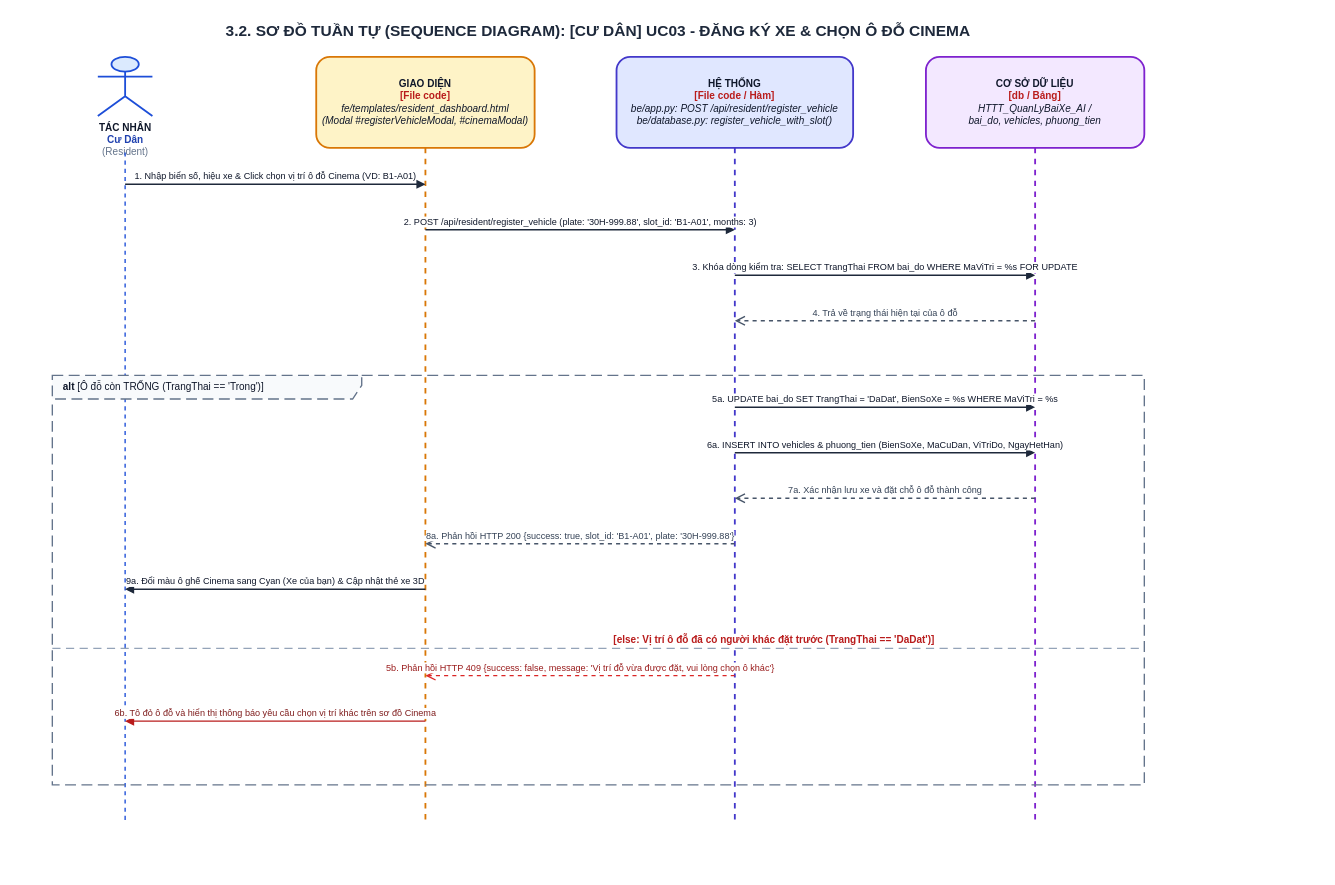
This is ongthanquoctruong_24CT2_cnpm/docs/drawio/uc03_resident_register_vehicle.drawio from Truong027/CNPM24, a draw.io file, before an edit. Source tidied: cells renumbered, new cells numbered last; positions are measured from the earlier drawing's top-left corner, leaving out a move shared by most shapes. Both pictures are drawn from the tidied source at 91%, with x=0, y=0 at pixel (15, 15).
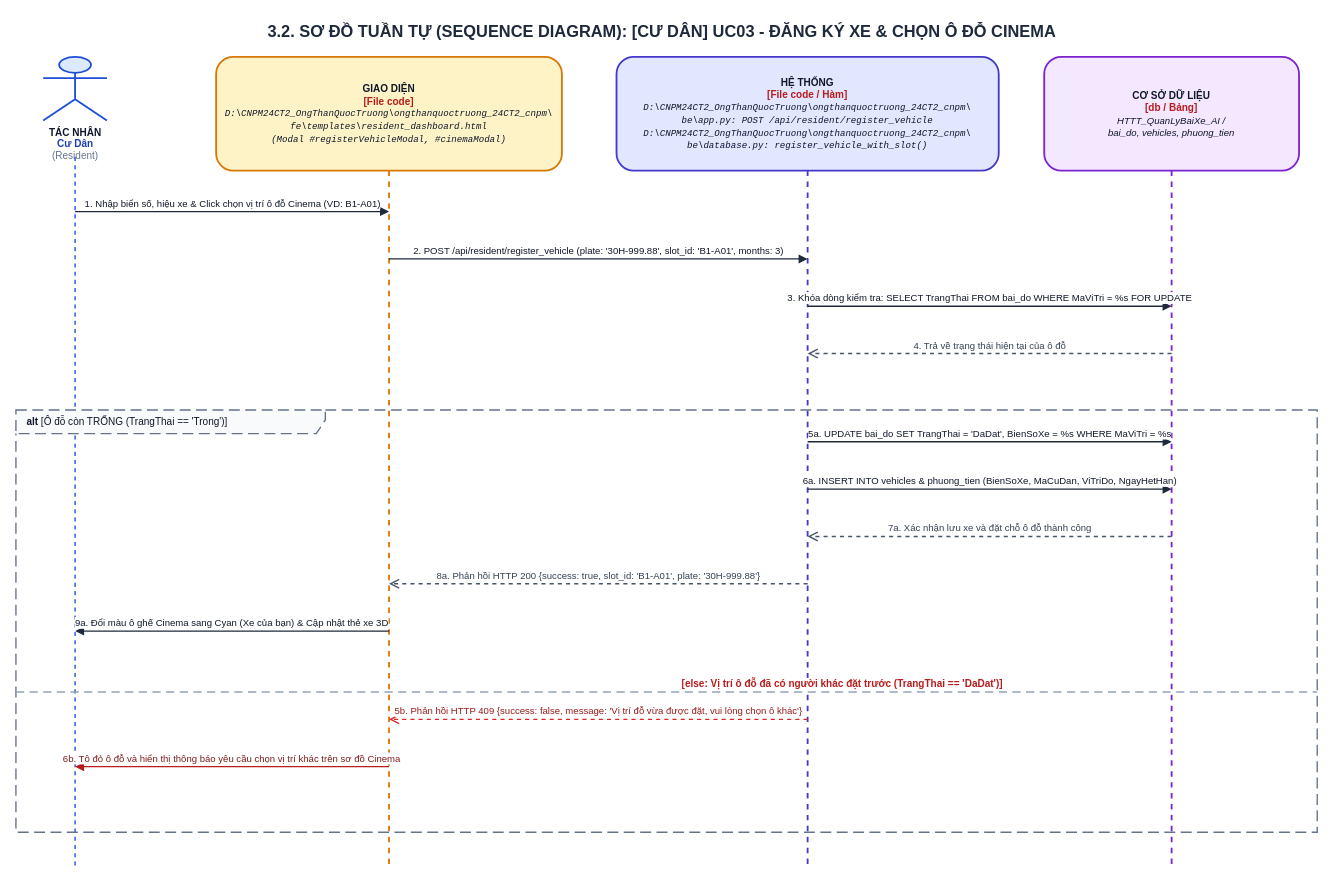
Above is the later version.

The edit, as a diff of the source:
```diff
@@
-    <mxCell id="2" value="&lt;b&gt;3.2. SƠ ĐỒ TUẦN TỰ (SEQUENCE DIAGRAM): [CƯ DÂN] UC03 - ĐĂNG KÝ XE &amp; CHỌN Ô ĐỖ CINEMA&lt;/b&gt;" style="text;html=1;strokeColor=none;fillColor=none;align=center;verticalAlign=middle;whiteSpace=wrap;rounded=0;fontSize=17;fontColor=#1E293B;fontStyle=1;" parent="1" vertex="1">
-      <mxGeometry width="1280" height="35" as="geometry" />
+    <mxCell id="2" value="&lt;b&gt;3.2. SƠ ĐỒ TUẦN TỰ (SEQUENCE DIAGRAM): [CƯ DÂN] UC03 - ĐĂNG KÝ XE &amp; CHỌN Ô ĐỖ CINEMA&lt;/b&gt;" style="text;html=1;strokeColor=none;fillColor=none;align=center;verticalAlign=middle;whiteSpace=wrap;rounded=0;fontSize=18;fontColor=#1E293B;fontStyle=1;" parent="1" vertex="1">
+      <mxGeometry width="1420" height="35" as="geometry" />
     </mxCell>
     <mxCell id="3" value="&lt;b&gt;TÁC NHÂN&lt;/b&gt;&lt;br/&gt;&lt;font color='#1E40AF'&gt;&lt;b&gt;Cư Dân&lt;/b&gt;&lt;/font&gt;&lt;br/&gt;&lt;font color='#64748B'&gt;(Resident)&lt;/font&gt;" style="shape=umlActor;verticalLabelPosition=bottom;verticalAlign=top;html=1;fillColor=#DBEAFE;strokeColor=#1D4ED8;strokeWidth=2;fontSize=11;fontColor=#0F172A;align=center;" parent="1" vertex="1">
-      <mxGeometry x="90" y="45" width="60" height="65" as="geometry" />
+      <mxGeometry x="30" y="45" width="70" height="70" as="geometry" />
     </mxCell>
     <mxCell id="4" style="endArrow=none;dashed=1;html=1;strokeWidth=1.5;strokeColor=#1D4ED8;" parent="1" edge="1">
       <mxGeometry relative="1" as="geometry">
-        <mxPoint x="120" y="150" as="sourcePoint" />
-        <mxPoint x="120" y="885" as="targetPoint" />
+        <mxPoint x="65" y="155" as="sourcePoint" />
+        <mxPoint x="65" y="937" as="targetPoint" />
       </mxGeometry>
     </mxCell>
-    <mxCell id="5" value="&lt;b&gt;GIAO DIỆN&lt;/b&gt;&lt;br/&gt;&lt;font color='#B91C1C'&gt;&lt;b&gt;[File code]&lt;/b&gt;&lt;/font&gt;&lt;br/&gt;&lt;i&gt;fe/templates/resident_dashboard.html&lt;br/&gt;(Modal #registerVehicleModal, #cinemaModal)&lt;/i&gt;" style="shape=umlLifeline;perimeter=lifelinePerimeter;whiteSpace=wrap;html=1;size=100;fillColor=#FEF3C7;strokeColor=#D97706;strokeWidth=2;fontColor=#0F172A;rounded=1;shadow=0;fontSize=11;align=center;" parent="1" vertex="1">
-      <mxGeometry x="330" y="45" width="240" height="840" as="geometry" />
+    <mxCell id="5" value="&lt;b&gt;GIAO DIỆN&lt;/b&gt;&lt;br/&gt;&lt;font color='#B91C1C'&gt;&lt;b&gt;[File code]&lt;/b&gt;&lt;/font&gt;&lt;br/&gt;&lt;font style='font-size: 10px; font-family: Consolas, monospace;'&gt;&lt;i&gt;D:\CNPM24CT2_OngThanQuocTruong\ongthanquoctruong_24CT2_cnpm\&lt;br/&gt;fe\templates\resident_dashboard.html&lt;br/&gt;(Modal #registerVehicleModal, #cinemaModal)&lt;/i&gt;&lt;/font&gt;" style="shape=umlLifeline;perimeter=lifelinePerimeter;whiteSpace=wrap;html=1;size=125;fillColor=#FEF3C7;strokeColor=#D97706;strokeWidth=2;fontColor=#0F172A;rounded=1;shadow=0;fontSize=11;align=center;" parent="1" vertex="1">
+      <mxGeometry x="220" y="45" width="380" height="892" as="geometry" />
     </mxCell>
-    <mxCell id="6" value="&lt;b&gt;HỆ THỐNG&lt;/b&gt;&lt;br/&gt;&lt;font color='#B91C1C'&gt;&lt;b&gt;[File code / Hàm]&lt;/b&gt;&lt;/font&gt;&lt;br/&gt;&lt;i&gt;be/app.py: POST /api/resident/register_vehicle&lt;br/&gt;be/database.py: register_vehicle_with_slot()&lt;/i&gt;" style="shape=umlLifeline;perimeter=lifelinePerimeter;whiteSpace=wrap;html=1;size=100;fillColor=#E0E7FF;strokeColor=#4338CA;strokeWidth=2;fontColor=#0F172A;rounded=1;shadow=0;fontSize=11;align=center;" parent="1" vertex="1">
-      <mxGeometry x="660" y="45" width="260" height="840" as="geometry" />
+    <mxCell id="6" value="&lt;b&gt;HỆ THỐNG&lt;/b&gt;&lt;br/&gt;&lt;font color='#B91C1C'&gt;&lt;b&gt;[File code / Hàm]&lt;/b&gt;&lt;/font&gt;&lt;br/&gt;&lt;font style='font-size: 10px; font-family: Consolas, monospace;'&gt;&lt;i&gt;D:\CNPM24CT2_OngThanQuocTruong\ongthanquoctruong_24CT2_cnpm\&lt;br/&gt;be\app.py: POST /api/resident/register_vehicle&lt;br/&gt;D:\CNPM24CT2_OngThanQuocTruong\ongthanquoctruong_24CT2_cnpm\&lt;br/&gt;be\database.py: register_vehicle_with_slot()&lt;/i&gt;&lt;/font&gt;" style="shape=umlLifeline;perimeter=lifelinePerimeter;whiteSpace=wrap;html=1;size=125;fillColor=#E0E7FF;strokeColor=#4338CA;strokeWidth=2;fontColor=#0F172A;rounded=1;shadow=0;fontSize=11;align=center;" parent="1" vertex="1">
+      <mxGeometry x="660" y="45" width="420" height="892" as="geometry" />
     </mxCell>
-    <mxCell id="7" value="&lt;b&gt;CƠ SỞ DỮ LIỆU&lt;/b&gt;&lt;br/&gt;&lt;font color='#B91C1C'&gt;&lt;b&gt;[db / Bảng]&lt;/b&gt;&lt;/font&gt;&lt;br/&gt;&lt;i&gt;HTTT_QuanLyBaiXe_AI /&lt;br/&gt;bai_do, vehicles, phuong_tien&lt;/i&gt;" style="shape=umlLifeline;perimeter=lifelinePerimeter;whiteSpace=wrap;html=1;size=100;fillColor=#F3E8FF;strokeColor=#7E22CE;strokeWidth=2;fontColor=#0F172A;rounded=1;shadow=0;fontSize=11;align=center;" parent="1" vertex="1">
-      <mxGeometry x="1000" y="45" width="240" height="840" as="geometry" />
+    <mxCell id="7" value="&lt;b&gt;CƠ SỞ DỮ LIỆU&lt;/b&gt;&lt;br/&gt;&lt;font color='#B91C1C'&gt;&lt;b&gt;[db / Bảng]&lt;/b&gt;&lt;/font&gt;&lt;br/&gt;&lt;font style='font-size: 10.5px;'&gt;&lt;i&gt;HTTT_QuanLyBaiXe_AI /&lt;br/&gt;bai_do, vehicles, phuong_tien&lt;/i&gt;&lt;/font&gt;" style="shape=umlLifeline;perimeter=lifelinePerimeter;whiteSpace=wrap;html=1;size=125;fillColor=#F3E8FF;strokeColor=#7E22CE;strokeWidth=2;fontColor=#0F172A;rounded=1;shadow=0;fontSize=11;align=center;" parent="1" vertex="1">
+      <mxGeometry x="1130" y="45" width="280" height="892" as="geometry" />
     </mxCell>
-    <mxCell id="8" value="1. Nhập biển số, hiệu xe &amp; Click chọn vị trí ô đỗ Cinema (VD: B1-A01)" style="html=1;verticalAlign=bottom;endArrow=block;rounded=0;strokeColor=#1E293B;strokeWidth=1.5;fontColor=#0F172A;fontSize=10;" parent="1" edge="1">
+    <mxCell id="8" value="1. Nhập biển số, hiệu xe &amp; Click chọn vị trí ô đỗ Cinema (VD: B1-A01)" style="html=1;verticalAlign=bottom;endArrow=block;rounded=0;strokeColor=#1E293B;strokeWidth=1.5;fontColor=#0F172A;fontSize=10.5;" parent="1" edge="1">
       <mxGeometry relative="1" as="geometry">
-        <mxPoint x="120" y="185" as="sourcePoint" />
-        <mxPoint x="450" y="185" as="targetPoint" />
+        <mxPoint x="65" y="215" as="sourcePoint" />
+        <mxPoint x="410" y="215" as="targetPoint" />
       </mxGeometry>
     </mxCell>
-    <mxCell id="9" value="2. POST /api/resident/register_vehicle (plate: '30H-999.88', slot_id: 'B1-A01', months: 3)" style="html=1;verticalAlign=bottom;endArrow=block;rounded=0;strokeColor=#1E293B;strokeWidth=1.5;fontColor=#0F172A;fontSize=10;" parent="1" edge="1">
+    <mxCell id="9" value="2. POST /api/resident/register_vehicle (plate: '30H-999.88', slot_id: 'B1-A01', months: 3)" style="html=1;verticalAlign=bottom;endArrow=block;rounded=0;strokeColor=#1E293B;strokeWidth=1.5;fontColor=#0F172A;fontSize=10.5;" parent="1" edge="1">
       <mxGeometry relative="1" as="geometry">
-        <mxPoint x="450" y="235" as="sourcePoint" />
-        <mxPoint x="790" y="235" as="targetPoint" />
+        <mxPoint x="410" y="267" as="sourcePoint" />
+        <mxPoint x="870" y="267" as="targetPoint" />
       </mxGeometry>
     </mxCell>
-    <mxCell id="10" value="3. Khóa dòng kiểm tra: SELECT TrangThai FROM bai_do WHERE MaViTri = %s FOR UPDATE" style="html=1;verticalAlign=bottom;endArrow=block;rounded=0;strokeColor=#1E293B;strokeWidth=1.5;fontColor=#0F172A;fontSize=10;" parent="1" edge="1">
+    <mxCell id="10" value="3. Khóa dòng kiểm tra: SELECT TrangThai FROM bai_do WHERE MaViTri = %s FOR UPDATE" style="html=1;verticalAlign=bottom;endArrow=block;rounded=0;strokeColor=#1E293B;strokeWidth=1.5;fontColor=#0F172A;fontSize=10.5;" parent="1" edge="1">
       <mxGeometry relative="1" as="geometry">
-        <mxPoint x="790" y="285" as="sourcePoint" />
-        <mxPoint x="1120" y="285" as="targetPoint" />
+        <mxPoint x="870" y="319" as="sourcePoint" />
+        <mxPoint x="1270" y="319" as="targetPoint" />
       </mxGeometry>
     </mxCell>
-    <mxCell id="11" value="4. Trả về trạng thái hiện tại của ô đỗ" style="html=1;verticalAlign=bottom;endArrow=open;dashed=1;endSize=8;rounded=0;strokeColor=#475569;strokeWidth=1.5;fontColor=#334155;fontSize=10;" parent="1" edge="1">
+    <mxCell id="11" value="4. Trả về trạng thái hiện tại của ô đỗ" style="html=1;verticalAlign=bottom;endArrow=open;dashed=1;endSize=8;rounded=0;strokeColor=#475569;strokeWidth=1.5;fontColor=#334155;fontSize=10.5;" parent="1" edge="1">
       <mxGeometry relative="1" as="geometry">
-        <mxPoint x="1120" y="335" as="sourcePoint" />
-        <mxPoint x="790" y="335" as="targetPoint" />
+        <mxPoint x="1270" y="371" as="sourcePoint" />
+        <mxPoint x="870" y="371" as="targetPoint" />
       </mxGeometry>
     </mxCell>
     <mxCell id="12" value="&lt;b&gt;alt&lt;/b&gt; [Ô đỗ còn TRỐNG (TrangThai == 'Trong')]" style="shape=umlFrame;whiteSpace=wrap;html=1;width=340;height=26;dashed=1;dashPattern=8 4;strokeColor=#64748B;fillColor=#F8FAFC;strokeWidth=1.5;align=left;spacingLeft=10;verticalAlign=top;fontStyle=0;fontSize=11;fontColor=#0F172A;" parent="1" vertex="1">
-      <mxGeometry x="40" y="395" width="1200" height="450" as="geometry" />
+      <mxGeometry y="433" width="1430" height="464" as="geometry" />
     </mxCell>
-    <mxCell id="13" value="5a. UPDATE bai_do SET TrangThai = 'DaDat', BienSoXe = %s WHERE MaViTri = %s" style="html=1;verticalAlign=bottom;endArrow=block;rounded=0;strokeColor=#1E293B;strokeWidth=1.5;fontColor=#0F172A;fontSize=10;" parent="1" edge="1">
+    <mxCell id="13" value="5a. UPDATE bai_do SET TrangThai = 'DaDat', BienSoXe = %s WHERE MaViTri = %s" style="html=1;verticalAlign=bottom;endArrow=block;rounded=0;strokeColor=#1E293B;strokeWidth=1.5;fontColor=#0F172A;fontSize=10.5;" parent="1" edge="1">
       <mxGeometry relative="1" as="geometry">
-        <mxPoint x="790" y="430" as="sourcePoint" />
-        <mxPoint x="1120" y="430" as="targetPoint" />
+        <mxPoint x="870" y="468" as="sourcePoint" />
+        <mxPoint x="1270" y="468" as="targetPoint" />
       </mxGeometry>
     </mxCell>
-    <mxCell id="14" value="6a. INSERT INTO vehicles &amp; phuong_tien (BienSoXe, MaCuDan, ViTriDo, NgayHetHan)" style="html=1;verticalAlign=bottom;endArrow=block;rounded=0;strokeColor=#1E293B;strokeWidth=1.5;fontColor=#0F172A;fontSize=10;" parent="1" edge="1">
+    <mxCell id="14" value="6a. INSERT INTO vehicles &amp; phuong_tien (BienSoXe, MaCuDan, ViTriDo, NgayHetHan)" style="html=1;verticalAlign=bottom;endArrow=block;rounded=0;strokeColor=#1E293B;strokeWidth=1.5;fontColor=#0F172A;fontSize=10.5;" parent="1" edge="1">
       <mxGeometry relative="1" as="geometry">
-        <mxPoint x="790" y="480" as="sourcePoint" />
-        <mxPoint x="1120" y="480" as="targetPoint" />
+        <mxPoint x="870" y="520" as="sourcePoint" />
+        <mxPoint x="1270" y="520" as="targetPoint" />
       </mxGeometry>
     </mxCell>
-    <mxCell id="15" value="7a. Xác nhận lưu xe và đặt chỗ ô đỗ thành công" style="html=1;verticalAlign=bottom;endArrow=open;dashed=1;endSize=8;rounded=0;strokeColor=#475569;strokeWidth=1.5;fontColor=#334155;fontSize=10;" parent="1" edge="1">
+    <mxCell id="15" value="7a. Xác nhận lưu xe và đặt chỗ ô đỗ thành công" style="html=1;verticalAlign=bottom;endArrow=open;dashed=1;endSize=8;rounded=0;strokeColor=#475569;strokeWidth=1.5;fontColor=#334155;fontSize=10.5;" parent="1" edge="1">
       <mxGeometry relative="1" as="geometry">
-        <mxPoint x="1120" y="530" as="sourcePoint" />
-        <mxPoint x="790" y="530" as="targetPoint" />
+        <mxPoint x="1270" y="572" as="sourcePoint" />
+        <mxPoint x="870" y="572" as="targetPoint" />
       </mxGeometry>
     </mxCell>
-    <mxCell id="16" value="8a. Phản hồi HTTP 200 {success: true, slot_id: 'B1-A01', plate: '30H-999.88'}" style="html=1;verticalAlign=bottom;endArrow=open;dashed=1;endSize=8;rounded=0;strokeColor=#475569;strokeWidth=1.5;fontColor=#334155;fontSize=10;" parent="1" edge="1">
+    <mxCell id="16" value="8a. Phản hồi HTTP 200 {success: true, slot_id: 'B1-A01', plate: '30H-999.88'}" style="html=1;verticalAlign=bottom;endArrow=open;dashed=1;endSize=8;rounded=0;strokeColor=#475569;strokeWidth=1.5;fontColor=#334155;fontSize=10.5;" parent="1" edge="1">
       <mxGeometry relative="1" as="geometry">
-        <mxPoint x="790" y="580" as="sourcePoint" />
-        <mxPoint x="450" y="580" as="targetPoint" />
+        <mxPoint x="870" y="624" as="sourcePoint" />
+        <mxPoint x="410" y="624" as="targetPoint" />
       </mxGeometry>
     </mxCell>
-    <mxCell id="17" value="9a. Đổi màu ô ghế Cinema sang Cyan (Xe của bạn) &amp; Cập nhật thẻ xe 3D" style="html=1;verticalAlign=bottom;endArrow=block;rounded=0;strokeColor=#1E293B;strokeWidth=1.5;fontColor=#0F172A;fontSize=10;" parent="1" edge="1">
+    <mxCell id="17" value="9a. Đổi màu ô ghế Cinema sang Cyan (Xe của bạn) &amp; Cập nhật thẻ xe 3D" style="html=1;verticalAlign=bottom;endArrow=block;rounded=0;strokeColor=#1E293B;strokeWidth=1.5;fontColor=#0F172A;fontSize=10.5;" parent="1" edge="1">
       <mxGeometry relative="1" as="geometry">
-        <mxPoint x="450" y="630" as="sourcePoint" />
-        <mxPoint x="120" y="630" as="targetPoint" />
+        <mxPoint x="410" y="676" as="sourcePoint" />
+        <mxPoint x="65" y="676" as="targetPoint" />
       </mxGeometry>
     </mxCell>
     <mxCell id="18" value="&lt;b&gt;[else: Vị trí ô đỗ đã có người khác đặt trước (TrangThai == 'DaDat')]&lt;/b&gt;" style="html=1;strokeWidth=1.5;strokeColor=#94A3B8;dashed=1;dashPattern=6 4;endArrow=none;align=left;verticalAlign=bottom;spacingLeft=15;fontColor=#B91C1C;fontSize=11;fontStyle=0;" parent="1" edge="1">
       <mxGeometry relative="1" as="geometry">
-        <mxPoint x="40" y="695" as="sourcePoint" />
-        <mxPoint x="1240" y="695" as="targetPoint" />
+        <mxPoint y="743" as="sourcePoint" />
+        <mxPoint x="1430" y="743" as="targetPoint" />
       </mxGeometry>
     </mxCell>
-    <mxCell id="19" value="5b. Phản hồi HTTP 409 {success: false, message: 'Vị trí đỗ vừa được đặt, vui lòng chọn ô khác'}" style="html=1;verticalAlign=bottom;endArrow=open;dashed=1;endSize=8;rounded=0;strokeColor=#DC2626;strokeWidth=1.5;fontColor=#991B1B;fontSize=10;" parent="1" edge="1">
+    <mxCell id="19" value="5b. Phản hồi HTTP 409 {success: false, message: 'Vị trí đỗ vừa được đặt, vui lòng chọn ô khác'}" style="html=1;verticalAlign=bottom;endArrow=open;dashed=1;endSize=8;rounded=0;strokeColor=#DC2626;strokeWidth=1.5;fontColor=#991B1B;fontSize=10.5;" parent="1" edge="1">
       <mxGeometry relative="1" as="geometry">
-        <mxPoint x="790" y="725" as="sourcePoint" />
-        <mxPoint x="450" y="725" as="targetPoint" />
+        <mxPoint x="870" y="773" as="sourcePoint" />
+        <mxPoint x="410" y="773" as="targetPoint" />
       </mxGeometry>
     </mxCell>
-    <mxCell id="20" value="6b. Tô đỏ ô đỗ và hiển thị thông báo yêu cầu chọn vị trí khác trên sơ đồ Cinema" style="html=1;verticalAlign=bottom;endArrow=block;rounded=0;strokeColor=#B91C1C;strokeWidth=1.5;fontColor=#7F1D1D;fontSize=10;" parent="1" edge="1">
+    <mxCell id="20" value="6b. Tô đỏ ô đỗ và hiển thị thông báo yêu cầu chọn vị trí khác trên sơ đồ Cinema" style="html=1;verticalAlign=bottom;endArrow=block;rounded=0;strokeColor=#B91C1C;strokeWidth=1.5;fontColor=#7F1D1D;fontSize=10.5;" parent="1" edge="1">
       <mxGeometry relative="1" as="geometry">
-        <mxPoint x="450" y="775" as="sourcePoint" />
-        <mxPoint x="120" y="775" as="targetPoint" />
+        <mxPoint x="410" y="825" as="sourcePoint" />
+        <mxPoint x="65" y="825" as="targetPoint" />
       </mxGeometry>
     </mxCell>
```
